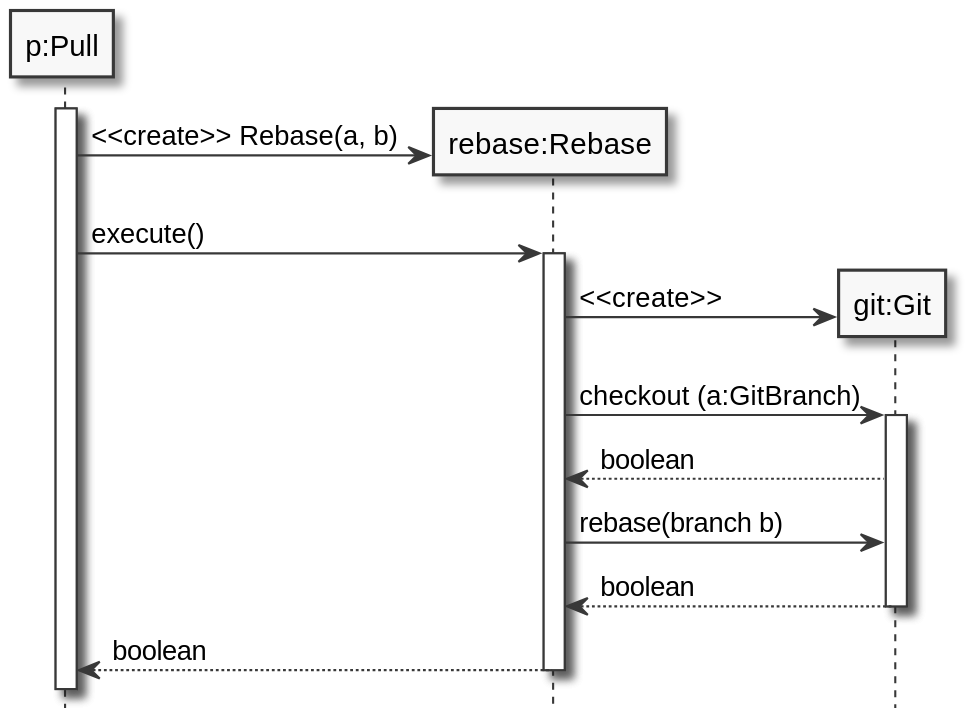
The PlantUML diagram diagrams/Rebase_Sequence.svg in osl2/Skalierbarer-Git-Client, before a commit. The source it was exported from:
```plantuml
@startuml
skinparam monochrome true
hide footbox
participant "p:Pull" as pull
participant "rebase:Rebase" as rebase
participant "git:Git" as git

create rebase
activate pull
pull -> rebase : <<create>> Rebase(a, b)
pull -> rebase : execute()
activate rebase
create git
rebase -> git : <<create>>
rebase -> git : checkout (a:GitBranch)
activate git
git --> rebase : boolean
rebase -> git : rebase(branch b)
git --> rebase : boolean
deactivate git
rebase --> pull : boolean
deactivate rebase


@enduml
```
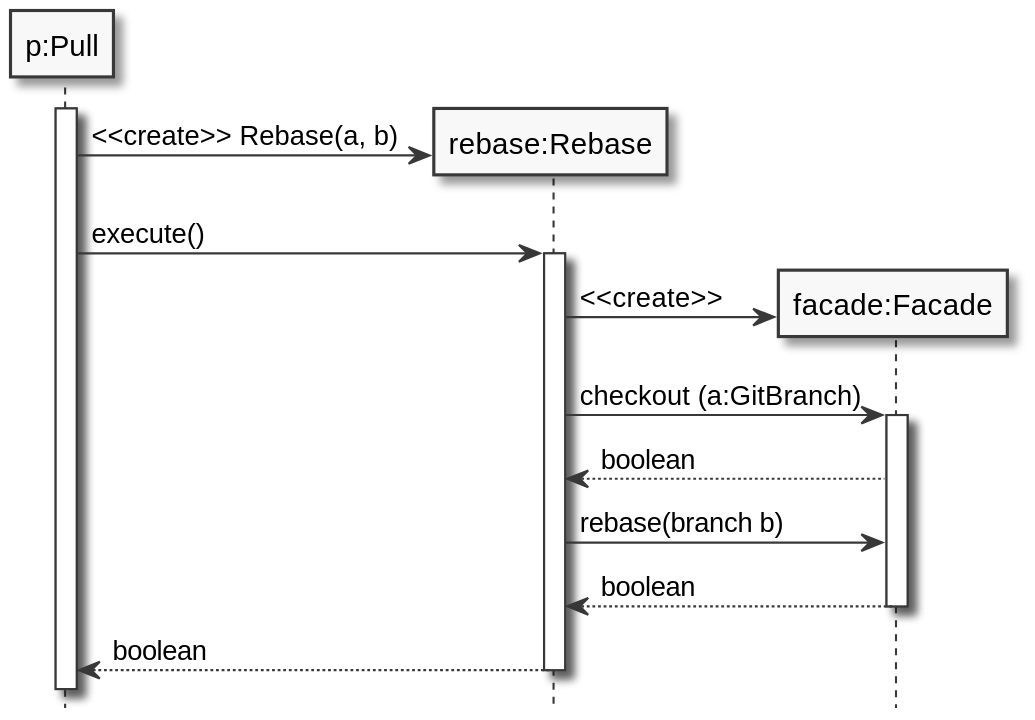
The same file after the commit.

Diff of the diagram source:
```diff
@@ -3,7 +3,7 @@
 hide footbox
 participant "p:Pull" as pull
 participant "rebase:Rebase" as rebase
-participant "git:Git" as git
+participant "facade:Facade" as git
 
 create rebase
 activate pull
```
